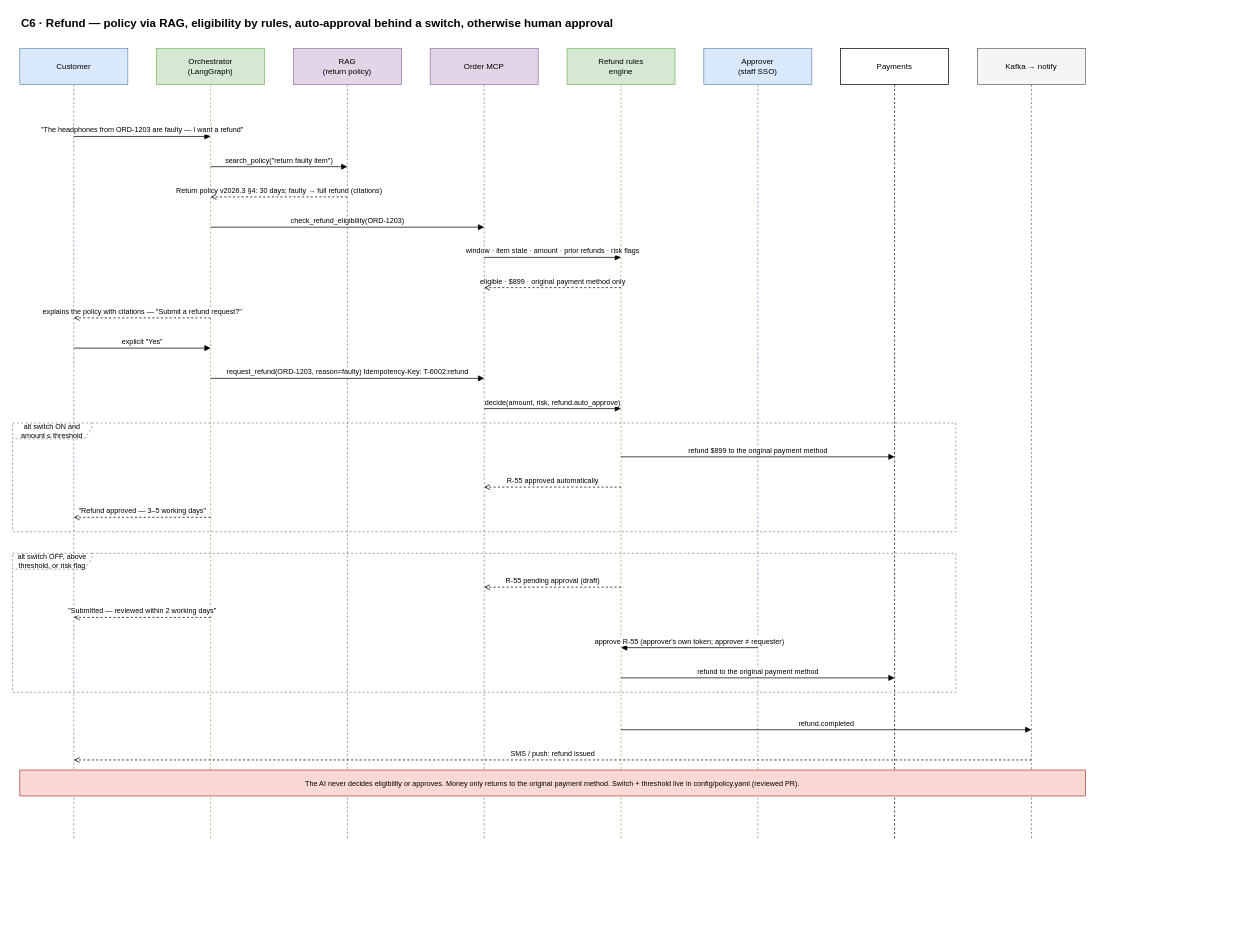
The draw.io diagram docs/diagrams/C6-refund.drawio in airplanecraft/customer-support-agent, before the edit. Source tidied: cells renumbered, new cells numbered last; positions are measured from the earlier drawing's top-left corner, leaving out a move shared by most shapes. Both pictures are drawn from the tidied source at 72%, with x=0, y=0 at pixel (12, 12).
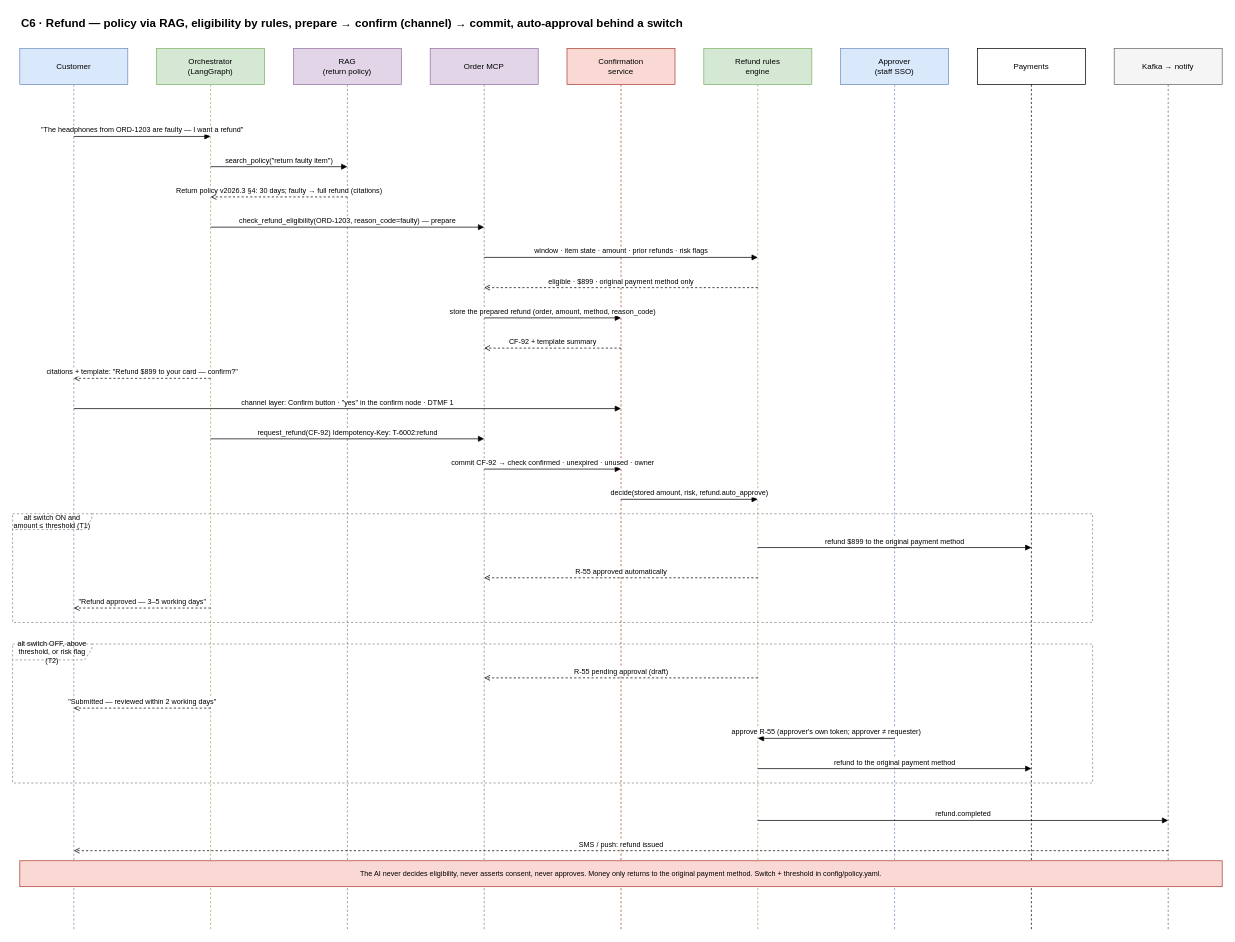
The same page after the edit.

Commit message (it also covers changes not shown here):
v1.16: T1 contract covers every customer-confirmed write (confirmation service)

What changed in the source:
```diff
@@
     <mxCell id="2" value="Kafka → notify" style="shape=umlLifeline;perimeter=lifelinePerimeter;whiteSpace=wrap;html=1;size=50;fillColor=#f5f5f5;strokeColor=#666666;fontSize=11;" parent="1" vertex="1">
-      <mxGeometry x="1340" y="50" width="150" height="1098" as="geometry" />
+      <mxGeometry x="1530" y="50" width="150" height="1224" as="geometry" />
     </mxCell>
     <mxCell id="3" value="Payments" style="shape=umlLifeline;perimeter=lifelinePerimeter;whiteSpace=wrap;html=1;size=50;fillColor=#ffffff;strokeColor=#000000;fontSize=11;" parent="1" vertex="1">
-      <mxGeometry x="1150" y="50" width="150" height="1098" as="geometry" />
+      <mxGeometry x="1340" y="50" width="150" height="1224" as="geometry" />
     </mxCell>
     <mxCell id="4" value="Approver&lt;br&gt;(staff SSO)" style="shape=umlLifeline;perimeter=lifelinePerimeter;whiteSpace=wrap;html=1;size=50;fillColor=#dae8fc;strokeColor=#6c8ebf;fontSize=11;" parent="1" vertex="1">
-      <mxGeometry x="960" y="50" width="150" height="1098" as="geometry" />
+      <mxGeometry x="1150" y="50" width="150" height="1224" as="geometry" />
     </mxCell>
     <mxCell id="5" value="Refund rules&lt;br&gt;engine" style="shape=umlLifeline;perimeter=lifelinePerimeter;whiteSpace=wrap;html=1;size=50;fillColor=#d5e8d4;strokeColor=#82b366;fontSize=11;" parent="1" vertex="1">
-      <mxGeometry x="770" y="50" width="150" height="1098" as="geometry" />
+      <mxGeometry x="960" y="50" width="150" height="1224" as="geometry" />
     </mxCell>
+    <mxCell id="33" value="Confirmation&lt;br&gt;service" style="shape=umlLifeline;perimeter=lifelinePerimeter;whiteSpace=wrap;html=1;size=50;fillColor=#fad9d5;strokeColor=#ae4132;fontSize=11;" parent="1" vertex="1">
+      <mxGeometry x="770" y="50" width="150" height="1224" as="geometry" />
+    </mxCell>
     <mxCell id="6" value="Order MCP" style="shape=umlLifeline;perimeter=lifelinePerimeter;whiteSpace=wrap;html=1;size=50;fillColor=#e1d5e7;strokeColor=#9673a6;fontSize=11;" parent="1" vertex="1">
-      <mxGeometry x="580" y="50" width="150" height="1098" as="geometry" />
+      <mxGeometry x="580" y="50" width="150" height="1224" as="geometry" />
     </mxCell>
     <mxCell id="7" value="RAG&lt;br&gt;(return policy)" style="shape=umlLifeline;perimeter=lifelinePerimeter;whiteSpace=wrap;html=1;size=50;fillColor=#e1d5e7;strokeColor=#9673a6;fontSize=11;" parent="1" vertex="1">
-      <mxGeometry x="390" y="50" width="150" height="1098" as="geometry" />
+      <mxGeometry x="390" y="50" width="150" height="1224" as="geometry" />
     </mxCell>
     <mxCell id="8" value="Orchestrator&lt;br&gt;(LangGraph)" style="shape=umlLifeline;perimeter=lifelinePerimeter;whiteSpace=wrap;html=1;size=50;fillColor=#d5e8d4;strokeColor=#82b366;fontSize=11;" parent="1" vertex="1">
-      <mxGeometry x="200" y="50" width="150" height="1098" as="geometry" />
+      <mxGeometry x="200" y="50" width="150" height="1224" as="geometry" />
     </mxCell>
     <mxCell id="9" value="Customer" style="shape=umlLifeline;perimeter=lifelinePerimeter;whiteSpace=wrap;html=1;size=50;fillColor=#dae8fc;strokeColor=#6c8ebf;fontSize=11;" parent="1" vertex="1">
-      <mxGeometry x="10" y="50" width="150" height="1098" as="geometry" />
+      <mxGeometry x="10" y="50" width="150" height="1224" as="geometry" />
     </mxCell>
-    <mxCell id="10" value="C6 · Refund — policy via RAG, eligibility by rules, auto-approval behind a switch, otherwise human approval" style="text;html=1;align=left;verticalAlign=middle;fontSize=16;fontStyle=1;" parent="1" vertex="1">
-      <mxGeometry x="10" width="1300" height="30" as="geometry" />
+    <mxCell id="10" value="C6 · Refund — policy via RAG, eligibility by rules, prepare → confirm (channel) → commit, auto-approval behind a switch" style="text;html=1;align=left;verticalAlign=middle;fontSize=16;fontStyle=1;" parent="1" vertex="1">
+      <mxGeometry x="10" width="1500" height="30" as="geometry" />
     </mxCell>
@@
-    <mxCell id="14" value="check_refund_eligibility(ORD-1203)" style="html=1;verticalAlign=bottom;fontSize=10;labelBackgroundColor=#ffffff;endArrow=block;" parent="1" edge="1">
+    <mxCell id="14" value="check_refund_eligibility(ORD-1203, reason_code=faulty)  — prepare" style="html=1;verticalAlign=bottom;fontSize=10;labelBackgroundColor=#ffffff;endArrow=block;" parent="1" edge="1">
       <mxGeometry relative="1" as="geometry">
         <mxPoint x="275" y="298" as="sourcePoint" />
         <mxPoint x="655" y="298" as="targetPoint" />
       </mxGeometry>
     </mxCell>
     <mxCell id="15" value="window · item state · amount · prior refunds · risk flags" style="html=1;verticalAlign=bottom;fontSize=10;labelBackgroundColor=#ffffff;endArrow=block;" parent="1" edge="1">
       <mxGeometry relative="1" as="geometry">
         <mxPoint x="655" y="340" as="sourcePoint" />
-        <mxPoint x="845" y="340" as="targetPoint" />
+        <mxPoint x="1035" y="340" as="targetPoint" />
       </mxGeometry>
     </mxCell>
     <mxCell id="16" value="eligible · $899 · original payment method only" style="html=1;verticalAlign=bottom;fontSize=10;labelBackgroundColor=#ffffff;endArrow=open;dashed=1;" parent="1" edge="1">
       <mxGeometry relative="1" as="geometry">
-        <mxPoint x="845" y="382" as="sourcePoint" />
+        <mxPoint x="1035" y="382" as="sourcePoint" />
         <mxPoint x="655" y="382" as="targetPoint" />
       </mxGeometry>
     </mxCell>
-    <mxCell id="17" value="explains the policy with citations — &quot;Submit a refund request?&quot;" style="html=1;verticalAlign=bottom;fontSize=10;labelBackgroundColor=#ffffff;endArrow=open;dashed=1;" parent="1" edge="1">
+    <mxCell id="17" value="store the prepared refund (order, amount, method, reason_code)" style="html=1;verticalAlign=bottom;fontSize=10;labelBackgroundColor=#ffffff;endArrow=block;" parent="1" edge="1">
       <mxGeometry relative="1" as="geometry">
-        <mxPoint x="275" y="424" as="sourcePoint" />
-        <mxPoint x="85" y="424" as="targetPoint" />
+        <mxPoint x="655" y="424" as="sourcePoint" />
+        <mxPoint x="845" y="424" as="targetPoint" />
       </mxGeometry>
     </mxCell>
-    <mxCell id="18" value="explicit &quot;Yes&quot;" style="html=1;verticalAlign=bottom;fontSize=10;labelBackgroundColor=#ffffff;endArrow=block;" parent="1" edge="1">
+    <mxCell id="18" value="CF-92 + template summary" style="html=1;verticalAlign=bottom;fontSize=10;labelBackgroundColor=#ffffff;endArrow=open;dashed=1;" parent="1" edge="1">
       <mxGeometry relative="1" as="geometry">
-        <mxPoint x="85" y="466" as="sourcePoint" />
-        <mxPoint x="275" y="466" as="targetPoint" />
+        <mxPoint x="845" y="466" as="sourcePoint" />
+        <mxPoint x="655" y="466" as="targetPoint" />
       </mxGeometry>
     </mxCell>
-    <mxCell id="19" value="request_refund(ORD-1203, reason=faulty)  Idempotency-Key: T-6002:refund" style="html=1;verticalAlign=bottom;fontSize=10;labelBackgroundColor=#ffffff;endArrow=block;" parent="1" edge="1">
+    <mxCell id="19" value="citations + template: &quot;Refund $899 to your card — confirm?&quot;" style="html=1;verticalAlign=bottom;fontSize=10;labelBackgroundColor=#ffffff;endArrow=open;dashed=1;" parent="1" edge="1">
       <mxGeometry relative="1" as="geometry">
         <mxPoint x="275" y="508" as="sourcePoint" />
-        <mxPoint x="655" y="508" as="targetPoint" />
+        <mxPoint x="85" y="508" as="targetPoint" />
       </mxGeometry>
     </mxCell>
-    <mxCell id="20" value="decide(amount, risk, refund.auto_approve)" style="html=1;verticalAlign=bottom;fontSize=10;labelBackgroundColor=#ffffff;endArrow=block;" parent="1" edge="1">
+    <mxCell id="20" value="channel layer: Confirm button · &quot;yes&quot; in the confirm node · DTMF 1" style="html=1;verticalAlign=bottom;fontSize=10;labelBackgroundColor=#ffffff;endArrow=block;" parent="1" edge="1">
       <mxGeometry relative="1" as="geometry">
-        <mxPoint x="655" y="550" as="sourcePoint" />
+        <mxPoint x="85" y="550" as="sourcePoint" />
         <mxPoint x="845" y="550" as="targetPoint" />
       </mxGeometry>
     </mxCell>
-    <mxCell id="21" value="refund $899 to the original payment method" style="html=1;verticalAlign=bottom;fontSize=10;labelBackgroundColor=#ffffff;endArrow=block;" parent="1" edge="1">
+    <mxCell id="21" value="request_refund(CF-92)  Idempotency-Key: T-6002:refund" style="html=1;verticalAlign=bottom;fontSize=10;labelBackgroundColor=#ffffff;endArrow=block;" parent="1" edge="1">
       <mxGeometry relative="1" as="geometry">
-        <mxPoint x="845" y="617" as="sourcePoint" />
-        <mxPoint x="1225" y="617" as="targetPoint" />
+        <mxPoint x="275" y="592" as="sourcePoint" />
+        <mxPoint x="655" y="592" as="targetPoint" />
       </mxGeometry>
     </mxCell>
-    <mxCell id="22" value="R-55 approved automatically" style="html=1;verticalAlign=bottom;fontSize=10;labelBackgroundColor=#ffffff;endArrow=open;dashed=1;" parent="1" edge="1">
+    <mxCell id="22" value="commit CF-92 → check confirmed · unexpired · unused · owner" style="html=1;verticalAlign=bottom;fontSize=10;labelBackgroundColor=#ffffff;endArrow=block;" parent="1" edge="1">
       <mxGeometry relative="1" as="geometry">
-        <mxPoint x="845" y="659" as="sourcePoint" />
-        <mxPoint x="655" y="659" as="targetPoint" />
+        <mxPoint x="655" y="634" as="sourcePoint" />
+        <mxPoint x="845" y="634" as="targetPoint" />
       </mxGeometry>
     </mxCell>
-    <mxCell id="23" value="&quot;Refund approved — 3–5 working days&quot;" style="html=1;verticalAlign=bottom;fontSize=10;labelBackgroundColor=#ffffff;endArrow=open;dashed=1;" parent="1" edge="1">
+    <mxCell id="23" value="decide(stored amount, risk, refund.auto_approve)" style="html=1;verticalAlign=bottom;fontSize=10;labelBackgroundColor=#ffffff;endArrow=block;" parent="1" edge="1">
       <mxGeometry relative="1" as="geometry">
-        <mxPoint x="275" y="701" as="sourcePoint" />
-        <mxPoint x="85" y="701" as="targetPoint" />
+        <mxPoint x="845" y="676" as="sourcePoint" />
+        <mxPoint x="1035" y="676" as="targetPoint" />
       </mxGeometry>
     </mxCell>
-    <mxCell id="24" value="alt  switch ON and amount ≤ threshold" style="shape=umlFrame;whiteSpace=wrap;html=1;width=110;height=22;fontSize=10;fillColor=none;strokeColor=#888888;dashed=1;" parent="1" vertex="1">
-      <mxGeometry y="570" width="1310" height="151" as="geometry" />
+    <mxCell id="24" value="refund $899 to the original payment method" style="html=1;verticalAlign=bottom;fontSize=10;labelBackgroundColor=#ffffff;endArrow=block;" parent="1" edge="1">
+      <mxGeometry relative="1" as="geometry">
+        <mxPoint x="1035" y="743" as="sourcePoint" />
+        <mxPoint x="1415" y="743" as="targetPoint" />
+      </mxGeometry>
     </mxCell>
-    <mxCell id="25" value="R-55 pending approval (draft)" style="html=1;verticalAlign=bottom;fontSize=10;labelBackgroundColor=#ffffff;endArrow=open;dashed=1;" parent="1" edge="1">
+    <mxCell id="25" value="R-55 approved automatically" style="html=1;verticalAlign=bottom;fontSize=10;labelBackgroundColor=#ffffff;endArrow=open;dashed=1;" parent="1" edge="1">
       <mxGeometry relative="1" as="geometry">
-        <mxPoint x="845" y="798" as="sourcePoint" />
-        <mxPoint x="655" y="798" as="targetPoint" />
+        <mxPoint x="1035" y="785" as="sourcePoint" />
+        <mxPoint x="655" y="785" as="targetPoint" />
       </mxGeometry>
     </mxCell>
-    <mxCell id="26" value="&quot;Submitted — reviewed within 2 working days&quot;" style="html=1;verticalAlign=bottom;fontSize=10;labelBackgroundColor=#ffffff;endArrow=open;dashed=1;" parent="1" edge="1">
+    <mxCell id="26" value="&quot;Refund approved — 3–5 working days&quot;" style="html=1;verticalAlign=bottom;fontSize=10;labelBackgroundColor=#ffffff;endArrow=open;dashed=1;" parent="1" edge="1">
       <mxGeometry relative="1" as="geometry">
-        <mxPoint x="275" y="840" as="sourcePoint" />
-        <mxPoint x="85" y="840" as="targetPoint" />
+        <mxPoint x="275" y="827" as="sourcePoint" />
+        <mxPoint x="85" y="827" as="targetPoint" />
       </mxGeometry>
     </mxCell>
-    <mxCell id="27" value="approve R-55 (approver's own token; approver ≠ requester)" style="html=1;verticalAlign=bottom;fontSize=10;labelBackgroundColor=#ffffff;endArrow=block;" parent="1" edge="1">
-      <mxGeometry relative="1" as="geometry">
-        <mxPoint x="1035" y="882" as="sourcePoint" />
-        <mxPoint x="845" y="882" as="targetPoint" />
-      </mxGeometry>
+    <mxCell id="27" value="alt  switch ON and amount ≤ threshold  (T1)" style="shape=umlFrame;whiteSpace=wrap;html=1;width=110;height=22;fontSize=10;fillColor=none;strokeColor=#888888;dashed=1;" parent="1" vertex="1">
+      <mxGeometry y="696" width="1500" height="151" as="geometry" />
     </mxCell>
-    <mxCell id="28" value="refund to the original payment method" style="html=1;verticalAlign=bottom;fontSize=10;labelBackgroundColor=#ffffff;endArrow=block;" parent="1" edge="1">
+    <mxCell id="28" value="R-55 pending approval (draft)" style="html=1;verticalAlign=bottom;fontSize=10;labelBackgroundColor=#ffffff;endArrow=open;dashed=1;" parent="1" edge="1">
       <mxGeometry relative="1" as="geometry">
-        <mxPoint x="845" y="924" as="sourcePoint" />
-        <mxPoint x="1225" y="924" as="targetPoint" />
+        <mxPoint x="1035" y="924" as="sourcePoint" />
+        <mxPoint x="655" y="924" as="targetPoint" />
       </mxGeometry>
     </mxCell>
-    <mxCell id="29" value="alt  switch OFF, above threshold, or risk flag" style="shape=umlFrame;whiteSpace=wrap;html=1;width=110;height=22;fontSize=10;fillColor=none;strokeColor=#888888;dashed=1;" parent="1" vertex="1">
-      <mxGeometry y="751" width="1310" height="193" as="geometry" />
+    <mxCell id="29" value="&quot;Submitted — reviewed within 2 working days&quot;" style="html=1;verticalAlign=bottom;fontSize=10;labelBackgroundColor=#ffffff;endArrow=open;dashed=1;" parent="1" edge="1">
+      <mxGeometry relative="1" as="geometry">
+        <mxPoint x="275" y="966" as="sourcePoint" />
+        <mxPoint x="85" y="966" as="targetPoint" />
+      </mxGeometry>
     </mxCell>
-    <mxCell id="30" value="refund.completed" style="html=1;verticalAlign=bottom;fontSize=10;labelBackgroundColor=#ffffff;endArrow=block;" parent="1" edge="1">
+    <mxCell id="30" value="approve R-55 (approver's own token; approver ≠ requester)" style="html=1;verticalAlign=bottom;fontSize=10;labelBackgroundColor=#ffffff;endArrow=block;" parent="1" edge="1">
       <mxGeometry relative="1" as="geometry">
-        <mxPoint x="845" y="996" as="sourcePoint" />
-        <mxPoint x="1415" y="996" as="targetPoint" />
+        <mxPoint x="1225" y="1008" as="sourcePoint" />
+        <mxPoint x="1035" y="1008" as="targetPoint" />
       </mxGeometry>
     </mxCell>
-    <mxCell id="31" value="SMS / push: refund issued" style="html=1;verticalAlign=bottom;fontSize=10;labelBackgroundColor=#ffffff;endArrow=open;dashed=1;" parent="1" edge="1">
+    <mxCell id="31" value="refund to the original payment method" style="html=1;verticalAlign=bottom;fontSize=10;labelBackgroundColor=#ffffff;endArrow=block;" parent="1" edge="1">
       <mxGeometry relative="1" as="geometry">
-        <mxPoint x="1415" y="1038" as="sourcePoint" />
-        <mxPoint x="85" y="1038" as="targetPoint" />
+        <mxPoint x="1035" y="1050" as="sourcePoint" />
+        <mxPoint x="1415" y="1050" as="targetPoint" />
       </mxGeometry>
     </mxCell>
-    <mxCell id="32" value="The AI never decides eligibility or approves. Money only returns to the original payment method. Switch + threshold live in config/policy.yaml (reviewed PR)." style="rounded=0;whiteSpace=wrap;html=1;fillColor=#fad9d5;strokeColor=#ae4132;fontSize=12;fontSize=10;align=center;" parent="1" vertex="1">
-      <mxGeometry x="10" y="1052" width="1480" height="36" as="geometry" />
+    <mxCell id="32" value="alt  switch OFF, above threshold, or risk flag  (T2)" style="shape=umlFrame;whiteSpace=wrap;html=1;width=110;height=22;fontSize=10;fillColor=none;strokeColor=#888888;dashed=1;" parent="1" vertex="1">
+      <mxGeometry y="877" width="1500" height="193" as="geometry" />
     </mxCell>
+    <mxCell id="34" value="refund.completed" style="html=1;verticalAlign=bottom;fontSize=10;labelBackgroundColor=#ffffff;endArrow=block;" parent="1" edge="1">
+      <mxGeometry relative="1" as="geometry">
+        <mxPoint x="1035" y="1122" as="sourcePoint" />
+        <mxPoint x="1605" y="1122" as="targetPoint" />
+      </mxGeometry>
+    </mxCell>
+    <mxCell id="35" value="SMS / push: refund issued" style="html=1;verticalAlign=bottom;fontSize=10;labelBackgroundColor=#ffffff;endArrow=open;dashed=1;" parent="1" edge="1">
+      <mxGeometry relative="1" as="geometry">
+        <mxPoint x="1605" y="1164" as="sourcePoint" />
+        <mxPoint x="85" y="1164" as="targetPoint" />
+      </mxGeometry>
+    </mxCell>
+    <mxCell id="36" value="The AI never decides eligibility, never asserts consent, never approves. Money only returns to the original payment method. Switch + threshold in config/policy.yaml." style="rounded=0;whiteSpace=wrap;html=1;fillColor=#fad9d5;strokeColor=#ae4132;fontSize=12;fontSize=10;align=center;" parent="1" vertex="1">
+      <mxGeometry x="10" y="1178" width="1670" height="36" as="geometry" />
+    </mxCell>
```
